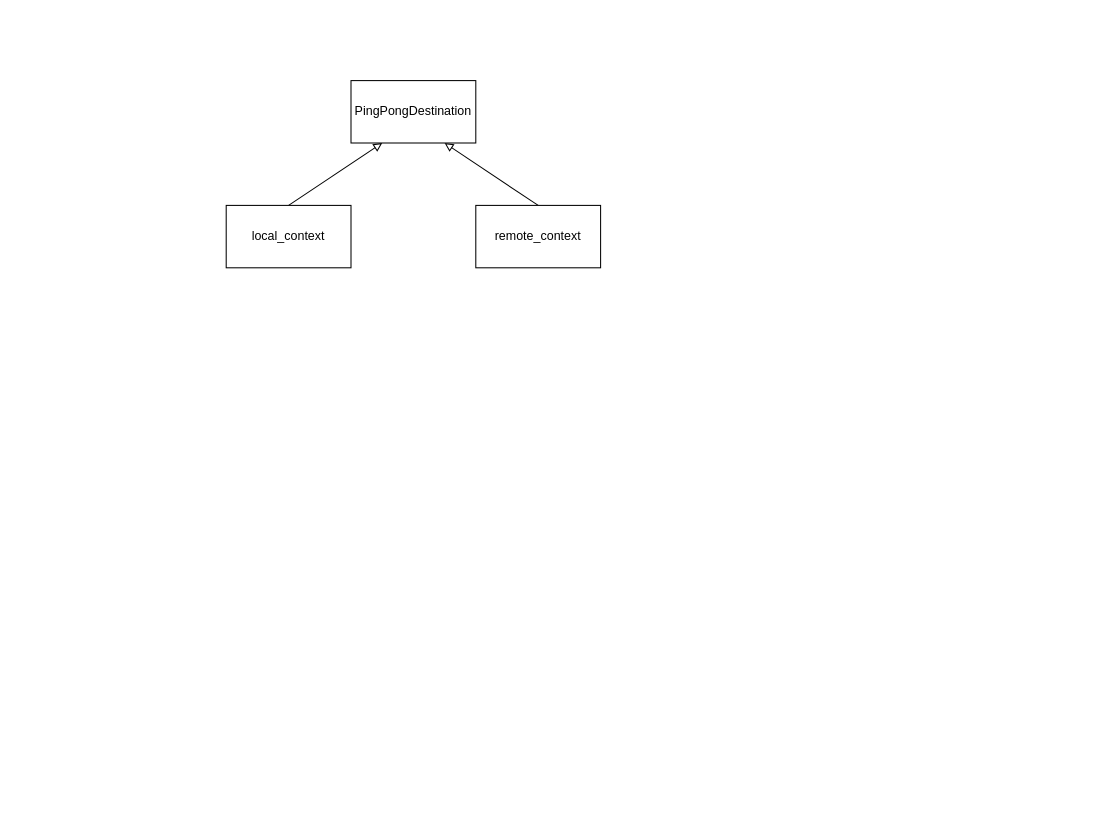
Above: page "Страница — 3" (3 of 4) of rdma.drawio in juhnowski/sideway (draw.io), before the change. Source tidied: cells renumbered, new cells numbered last; positions are measured from the earlier drawing's top-left corner, leaving out a move shared by most shapes. Both pictures are drawn from the tidied source at 104%, with x=0, y=0 at pixel (226, 80).
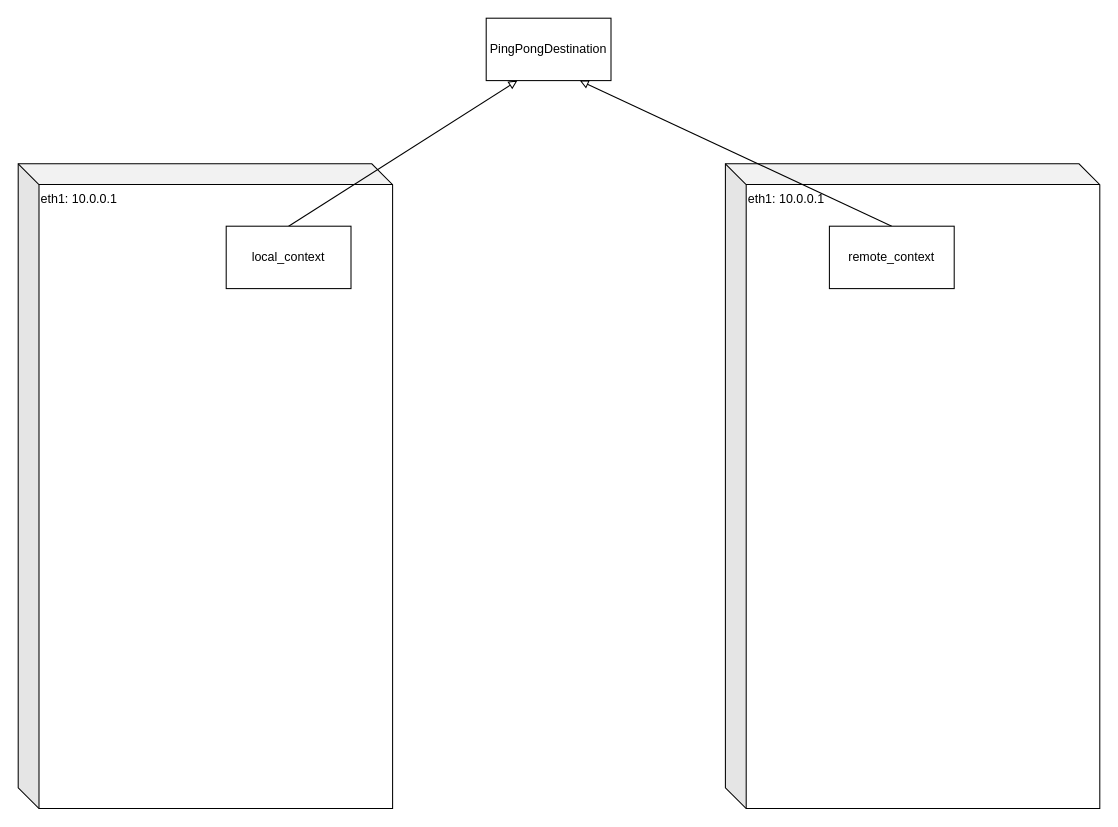
After the change.

The edit, as a diff of the source:
```diff
@@
 <mxGraphModel>
   <root>
     <mxCell id="0" />
     <mxCell id="1" parent="0" />
+    <mxCell id="7" value="eth1: 10.0.0.1" style="shape=cube;whiteSpace=wrap;html=1;boundedLbl=1;backgroundOutline=1;darkOpacity=0.05;darkOpacity2=0.1;verticalAlign=top;align=left;" parent="1" vertex="1">
+      <mxGeometry x="480" y="80" width="360" height="620" as="geometry" />
+    </mxCell>
+    <mxCell id="8" value="eth1: 10.0.0.1" style="shape=cube;whiteSpace=wrap;html=1;boundedLbl=1;backgroundOutline=1;darkOpacity=0.05;darkOpacity2=0.1;verticalAlign=top;align=left;" parent="1" vertex="1">
+      <mxGeometry x="-200" y="80" width="360" height="620" as="geometry" />
+    </mxCell>
     <mxCell id="2" style="rounded=0;jettySize=auto;html=1;exitX=0.5;exitY=0;exitDx=0;exitDy=0;entryX=0.25;entryY=1;entryDx=0;entryDy=0;endArrow=block;endFill=0;" parent="1" edge="1" source="3" target="4">
       <mxGeometry relative="1" as="geometry" />
     </mxCell>
     <mxCell id="3" value="local_context" style="rounded=0;whiteSpace=wrap;html=1;" parent="1" vertex="1">
-      <mxGeometry y="120" width="120" height="60" as="geometry" />
+      <mxGeometry y="140" width="120" height="60" as="geometry" />
     </mxCell>
     <mxCell id="4" value="PingPongDestination" style="rounded=0;whiteSpace=wrap;html=1;" parent="1" vertex="1">
-      <mxGeometry x="120" width="120" height="60" as="geometry" />
+      <mxGeometry x="250" y="-60" width="120" height="60" as="geometry" />
     </mxCell>
     <mxCell id="5" style="rounded=0;jettySize=auto;html=1;exitX=0.5;exitY=0;exitDx=0;exitDy=0;entryX=0.75;entryY=1;entryDx=0;entryDy=0;endArrow=block;endFill=0;" parent="1" edge="1" source="6" target="4">
       <mxGeometry relative="1" as="geometry" />
     </mxCell>
     <mxCell id="6" value="remote_context" style="rounded=0;whiteSpace=wrap;html=1;" parent="1" vertex="1">
-      <mxGeometry x="240" y="120" width="120" height="60" as="geometry" />
+      <mxGeometry x="580" y="140" width="120" height="60" as="geometry" />
     </mxCell>
   </root>
 </mxGraphModel>
```
